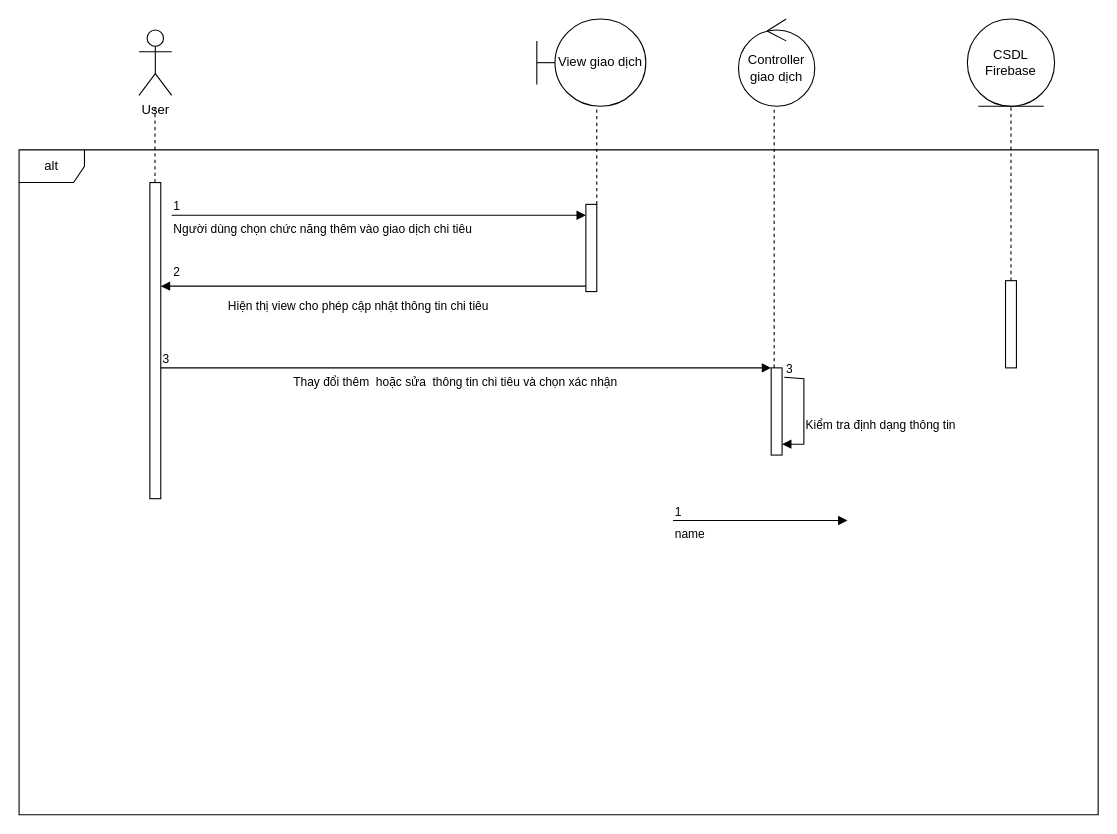
This is tuantu.drawio from QueenieeQ/diagram_io, a draw.io file, before an edit. Source tidied: cells renumbered, new cells numbered last; positions are measured from the earlier drawing's top-left corner, leaving out a move shared by most shapes. Both pictures are drawn from the tidied source at 109%, with x=0, y=0 at pixel (19, 19).
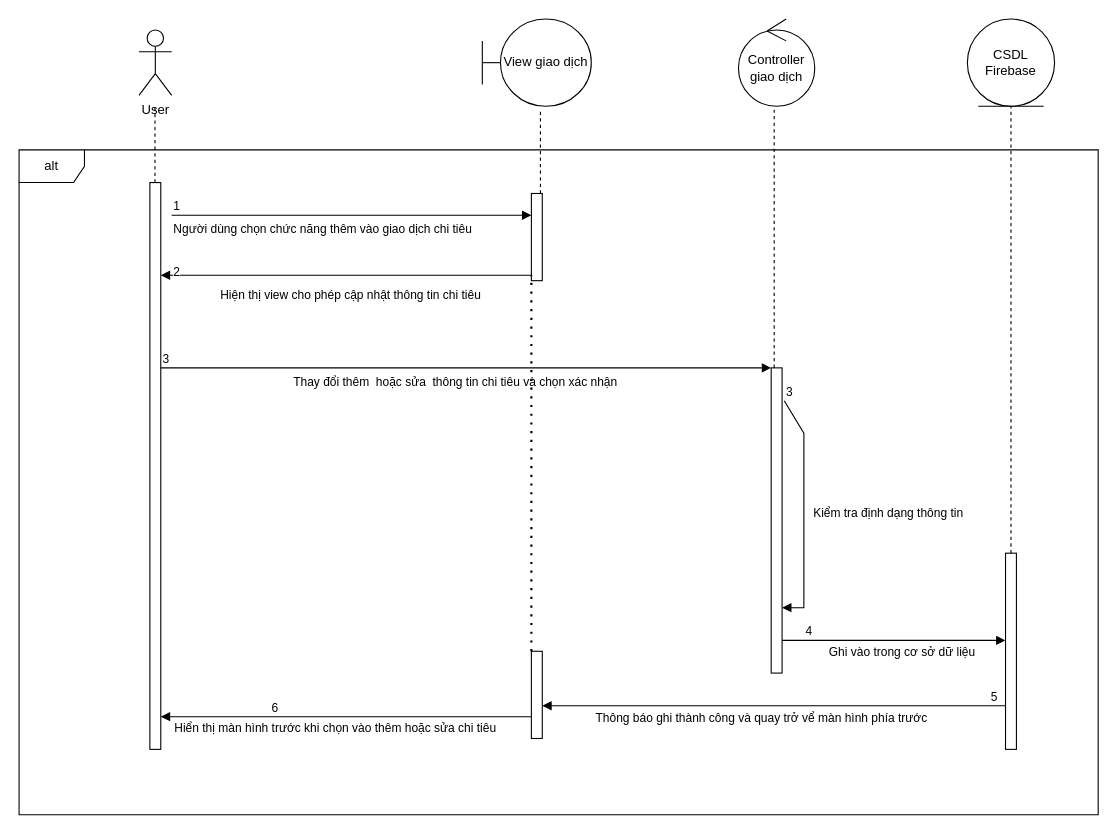
The same page after the edit.

Change to the diagram source:
```diff
@@
     <mxCell id="3" style="html=1;points=[[0,0,0,0,5],[0,1,0,0,-5],[1,0,0,0,5],[1,1,0,0,-5]];perimeter=orthogonalPerimeter;outlineConnect=0;targetShapes=umlLifeline;portConstraint=eastwest;newEdgeStyle={&quot;curved&quot;:0,&quot;rounded&quot;:0};" parent="1" vertex="1">
-      <mxGeometry x="120" y="150" width="10" height="290" as="geometry" />
+      <mxGeometry x="120" y="150" width="10" height="520" as="geometry" />
     </mxCell>
@@
     <mxCell id="5" value="View giao dịch" style="shape=umlBoundary;whiteSpace=wrap;html=1;" parent="1" vertex="1">
-      <mxGeometry x="475" width="100" height="80" as="geometry" />
+      <mxGeometry x="425" width="100" height="80" as="geometry" />
     </mxCell>
@@
     <mxCell id="10" style="html=1;points=[[0,0,0,0,5],[0,1,0,0,-5],[1,0,0,0,5],[1,1,0,0,-5]];perimeter=orthogonalPerimeter;outlineConnect=0;targetShapes=umlLifeline;portConstraint=eastwest;newEdgeStyle={&quot;curved&quot;:0,&quot;rounded&quot;:0};" parent="1" vertex="1">
-      <mxGeometry x="520" y="170" width="10" height="80" as="geometry" />
+      <mxGeometry x="470" y="160" width="10" height="80" as="geometry" />
     </mxCell>
@@
     <mxCell id="16" style="html=1;points=[[0,0,0,0,5],[0,1,0,0,-5],[1,0,0,0,5],[1,1,0,0,-5]];perimeter=orthogonalPerimeter;outlineConnect=0;targetShapes=umlLifeline;portConstraint=eastwest;newEdgeStyle={&quot;curved&quot;:0,&quot;rounded&quot;:0};" parent="1" vertex="1">
-      <mxGeometry x="690" y="320" width="10" height="80" as="geometry" />
+      <mxGeometry x="690" y="320" width="10" height="280" as="geometry" />
     </mxCell>
-    <mxCell id="17" value="Kiểm tra định dạng thông tin" style="endArrow=block;endFill=1;html=1;align=left;verticalAlign=top;rounded=0;exitX=1.2;exitY=0.108;exitDx=0;exitDy=0;exitPerimeter=0;edgeStyle=orthogonalEdgeStyle;" parent="1" edge="1" source="16" target="16">
-      <mxGeometry x="-0.02" relative="1" as="geometry">
+    <mxCell id="17" value="Kiểm tra định dạng thông tin" style="endArrow=block;endFill=1;html=1;align=left;verticalAlign=top;rounded=0;exitX=1.2;exitY=0.108;exitDx=0;exitDy=0;exitPerimeter=0;" parent="1" edge="1" source="16" target="16">
+      <mxGeometry x="-0.12" y="7" relative="1" as="geometry">
         <Array as="points">
-          <mxPoint x="720" y="330" />
+          <mxPoint x="720" y="380" />
         </Array>
       </mxGeometry>
     </mxCell>
@@
-    <mxCell id="20" style="endArrow=none;dashed=1;html=1;rounded=0;entryX=0.468;entryY=1.041;entryDx=0;entryDy=0;entryPerimeter=0;" parent="1" edge="1" source="10">
-      <mxGeometry relative="1" as="geometry">
-        <mxPoint x="530" y="80" as="targetPoint" />
-      </mxGeometry>
+    <mxCell id="20" style="endArrow=none;dashed=1;html=1;rounded=0;entryX=0.533;entryY=1.039;entryDx=0;entryDy=0;entryPerimeter=0;" parent="1" edge="1" source="10" target="5">
+      <mxGeometry relative="1" as="geometry" />
     </mxCell>
@@
     <mxCell id="22" style="html=1;points=[[0,0,0,0,5],[0,1,0,0,-5],[1,0,0,0,5],[1,1,0,0,-5]];perimeter=orthogonalPerimeter;outlineConnect=0;targetShapes=umlLifeline;portConstraint=eastwest;newEdgeStyle={&quot;curved&quot;:0,&quot;rounded&quot;:0};" parent="1" vertex="1">
-      <mxGeometry x="905" y="240" width="10" height="80" as="geometry" />
+      <mxGeometry x="905" y="490" width="10" height="180" as="geometry" />
     </mxCell>
@@
-    <mxCell id="24" value="name" style="endArrow=block;endFill=1;html=1;edgeStyle=orthogonalEdgeStyle;align=left;verticalAlign=top;rounded=0;" parent="1" edge="1">
-      <mxGeometry x="-1" relative="1" as="geometry">
-        <mxPoint x="600" y="460" as="sourcePoint" />
-        <mxPoint x="760" y="460" as="targetPoint" />
-      </mxGeometry>
-    </mxCell>
-    <mxCell id="25" value="1" style="edgeLabel;html=1;align=left;verticalAlign=bottom;" parent="24" vertex="1">
-      <mxGeometry x="-1" relative="1" as="geometry" />
-    </mxCell>
+    <mxCell id="26" style="endArrow=block;endFill=1;html=1;align=left;verticalAlign=top;rounded=0;" parent="1" edge="1">
+      <mxGeometry x="0.14" relative="1" as="geometry">
+        <mxPoint x="700" y="570" as="sourcePoint" />
+        <mxPoint x="905" y="570" as="targetPoint" />
+      </mxGeometry>
+    </mxCell>
+    <mxCell id="27" value="4" style="edgeLabel;html=1;align=left;verticalAlign=bottom;" parent="26" vertex="1">
+      <mxGeometry x="-1" relative="1" as="geometry">
+        <mxPoint x="20" as="offset" />
+      </mxGeometry>
+    </mxCell>
+    <mxCell id="28" value="Ghi vào trong cơ sở dữ liệu" style="edgeLabel;html=1;align=center;verticalAlign=middle;" parent="26" vertex="1">
+      <mxGeometry x="0.06" y="2" relative="1" as="geometry">
+        <mxPoint y="12" as="offset" />
+      </mxGeometry>
+    </mxCell>
+    <mxCell id="29" style="html=1;points=[[0,0,0,0,5],[0,1,0,0,-5],[1,0,0,0,5],[1,1,0,0,-5]];perimeter=orthogonalPerimeter;outlineConnect=0;targetShapes=umlLifeline;portConstraint=eastwest;newEdgeStyle={&quot;curved&quot;:0,&quot;rounded&quot;:0};" parent="1" vertex="1">
+      <mxGeometry x="470" y="580" width="10" height="80" as="geometry" />
+    </mxCell>
+    <mxCell id="30" style="endArrow=block;endFill=1;html=1;align=left;verticalAlign=top;rounded=0;" parent="1" edge="1">
+      <mxGeometry x="-1" relative="1" as="geometry">
+        <mxPoint x="905" y="630" as="sourcePoint" />
+        <mxPoint x="480" y="630" as="targetPoint" />
+      </mxGeometry>
+    </mxCell>
+    <mxCell id="31" value="5" style="edgeLabel;html=1;align=left;verticalAlign=bottom;" parent="30" vertex="1">
+      <mxGeometry x="-1" relative="1" as="geometry">
+        <mxPoint x="-15" as="offset" />
+      </mxGeometry>
+    </mxCell>
+    <mxCell id="32" value="Thông báo ghi thành công và quay trở vể màn hình phía trước" style="edgeLabel;html=1;align=center;verticalAlign=middle;" parent="30" vertex="1">
+      <mxGeometry x="0.04" y="1" relative="1" as="geometry">
+        <mxPoint x="-4" y="9" as="offset" />
+      </mxGeometry>
+    </mxCell>
+    <mxCell id="33" style="endArrow=none;dashed=1;html=1;dashPattern=1 3;strokeWidth=2;rounded=0;entryX=0;entryY=1;entryDx=0;entryDy=-5;entryPerimeter=0;" parent="1" edge="1" source="29" target="10">
+      <mxGeometry relative="1" as="geometry" />
+    </mxCell>
+    <mxCell id="34" style="endArrow=block;endFill=1;html=1;align=left;verticalAlign=top;rounded=0;" parent="1" edge="1" source="29">
+      <mxGeometry x="-1" relative="1" as="geometry">
+        <mxPoint x="130" y="640" as="targetPoint" />
+      </mxGeometry>
+    </mxCell>
+    <mxCell id="35" value="6" style="edgeLabel;html=1;align=left;verticalAlign=bottom;" parent="34" vertex="1">
+      <mxGeometry x="-1" relative="1" as="geometry">
+        <mxPoint x="-240" as="offset" />
+      </mxGeometry>
+    </mxCell>
+    <mxCell id="36" value="Hiển thị màn hình trước khi chọn vào thêm hoặc sửa chi tiêu" style="edgeLabel;html=1;align=center;verticalAlign=middle;" parent="34" vertex="1">
+      <mxGeometry x="0.04" y="1" relative="1" as="geometry">
+        <mxPoint x="-4" y="9" as="offset" />
+      </mxGeometry>
+    </mxCell>
```
